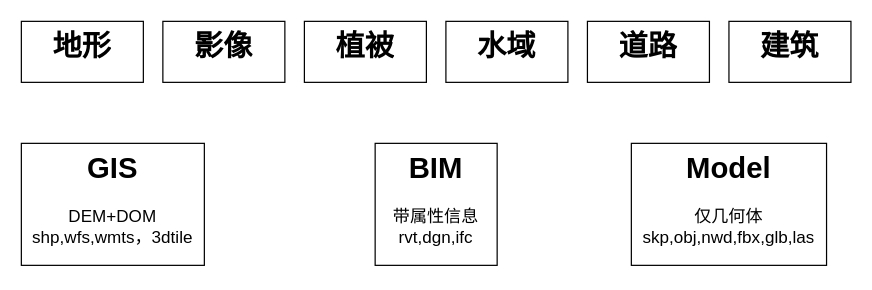
Above: 未命名绘图.drawio in Elden-Niu/personal (draw.io), before the change. Source tidied: cells renumbered, new cells numbered last; positions are measured from the earlier drawing's top-left corner, leaving out a move shared by most shapes. Both pictures are drawn from the tidied source at 122%, with x=0, y=0 at pixel (21, 21).
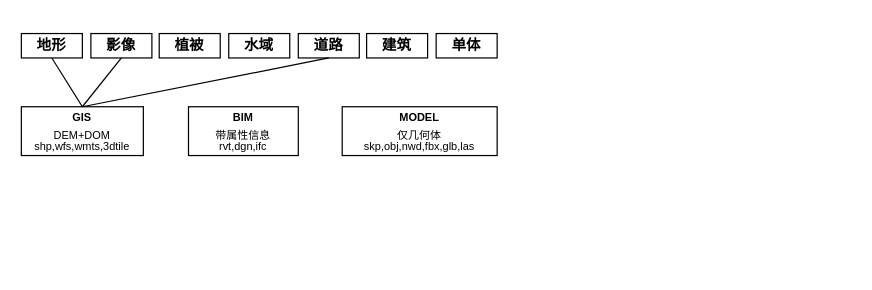
The same diagram, later.

Commit message:
更新未命名绘图.drawio

What changed in the source:
```diff
@@
 <mxGraphModel>
   <root>
     <mxCell id="0" />
     <mxCell id="1" parent="0" />
-    <mxCell id="2" value="&lt;h1 style=&quot;margin-top: 0px;&quot;&gt;BIM&lt;/h1&gt;&lt;div style=&quot;font-size: 14px;&quot;&gt;&lt;font style=&quot;font-size: 14px;&quot;&gt;带属性信息&lt;/font&gt;&lt;/div&gt;&lt;div style=&quot;font-size: 14px;&quot;&gt;&lt;font style=&quot;font-size: 14px;&quot;&gt;rvt,dgn,ifc&lt;/font&gt;&lt;/div&gt;" style="text;html=1;whiteSpace=wrap;overflow=hidden;rounded=0;align=center;strokeColor=default;fillColor=none;" parent="1" vertex="1">
-      <mxGeometry x="290" y="100" width="100" height="100" as="geometry" />
+    <mxCell id="2" value="&lt;h1 style=&quot;margin-top: 0px; font-size: 9px; line-height: 100%;&quot;&gt;BIM&lt;/h1&gt;&lt;div style=&quot;font-size: 9px; line-height: 100%;&quot;&gt;&lt;font style=&quot;font-size: 9px;&quot;&gt;带属性信息&lt;/font&gt;&lt;/div&gt;&lt;div style=&quot;font-size: 9px; line-height: 100%;&quot;&gt;&lt;font style=&quot;font-size: 9px;&quot;&gt;rvt,dgn,ifc&lt;/font&gt;&lt;/div&gt;" style="text;html=1;whiteSpace=wrap;overflow=hidden;rounded=0;align=center;strokeColor=default;fillColor=none;fontSize=9;spacing=0;" parent="1" vertex="1">
+      <mxGeometry x="137" y="70" width="90" height="40" as="geometry" />
     </mxCell>
-    <mxCell id="3" value="&lt;h1 style=&quot;margin-top: 0px;&quot;&gt;Model&lt;/h1&gt;&lt;div&gt;&lt;font style=&quot;font-size: 14px;&quot;&gt;仅几何体&lt;/font&gt;&lt;/div&gt;&lt;div&gt;&lt;font style=&quot;font-size: 14px;&quot;&gt;skp,obj,nwd,fbx,glb,las&lt;/font&gt;&lt;/div&gt;" style="text;html=1;whiteSpace=wrap;overflow=hidden;rounded=0;align=center;strokeColor=default;fillColor=none;" parent="1" vertex="1">
-      <mxGeometry x="500" y="100" width="160" height="100" as="geometry" />
+    <mxCell id="3" value="&lt;h1 style=&quot;margin-top: 0px; font-size: 9px; line-height: 100%;&quot;&gt;MODEL&lt;/h1&gt;&lt;div style=&quot;font-size: 9px; line-height: 100%;&quot;&gt;&lt;font style=&quot;font-size: 9px;&quot;&gt;仅几何体&lt;/font&gt;&lt;/div&gt;&lt;div style=&quot;font-size: 9px; line-height: 100%;&quot;&gt;&lt;font style=&quot;font-size: 9px;&quot;&gt;skp,obj,nwd,fbx,glb,las&lt;/font&gt;&lt;/div&gt;" style="text;html=1;whiteSpace=wrap;overflow=hidden;rounded=0;align=center;strokeColor=default;fillColor=none;fontSize=9;spacing=0;" parent="1" vertex="1">
+      <mxGeometry x="263" y="70" width="127" height="40" as="geometry" />
     </mxCell>
-    <mxCell id="4" value="&lt;h1 style=&quot;margin-top: 0px;&quot;&gt;GIS&lt;/h1&gt;&lt;div&gt;&lt;span style=&quot;font-size: 14px;&quot;&gt;DEM+DOM&lt;/span&gt;&lt;/div&gt;&lt;div&gt;&lt;span style=&quot;font-size: 14px;&quot;&gt;shp,wfs,wmts，3dtile&lt;/span&gt;&lt;/div&gt;" style="text;html=1;whiteSpace=wrap;overflow=hidden;rounded=0;align=center;strokeColor=default;fillColor=none;" parent="1" vertex="1">
-      <mxGeometry y="100" width="150" height="100" as="geometry" />
+    <mxCell id="4" value="&lt;h1 style=&quot;margin-top: 0px; line-height: 100%; font-size: 9px;&quot;&gt;GIS&lt;/h1&gt;&lt;div style=&quot;font-size: 9px; line-height: 100%;&quot;&gt;&lt;span style=&quot;font-size: 9px;&quot;&gt;DEM+DOM&lt;/span&gt;&lt;/div&gt;&lt;div style=&quot;font-size: 9px; line-height: 100%;&quot;&gt;&lt;span style=&quot;font-size: 9px;&quot;&gt;shp,wfs,wmts,3dtile&lt;/span&gt;&lt;/div&gt;" style="text;html=1;whiteSpace=wrap;overflow=hidden;rounded=0;align=center;strokeColor=default;fillColor=none;fontSize=9;spacing=0;" parent="1" vertex="1">
+      <mxGeometry y="70" width="100" height="40" as="geometry" />
     </mxCell>
-    <mxCell id="5" value="&lt;h1 style=&quot;margin-top: 0px;&quot;&gt;地形&lt;/h1&gt;" style="text;html=1;whiteSpace=wrap;overflow=hidden;rounded=0;align=center;strokeColor=default;fillColor=none;" parent="1" vertex="1">
-      <mxGeometry width="100" height="50" as="geometry" />
+    <mxCell id="5" value="&lt;h1 style=&quot;margin-top: 0px; font-size: 12px;&quot;&gt;地形&lt;/h1&gt;" style="text;html=1;whiteSpace=wrap;overflow=hidden;rounded=0;align=center;strokeColor=default;fillColor=none;fontSize=12;labelPosition=center;verticalLabelPosition=middle;verticalAlign=middle;flipH=1;" parent="1" vertex="1">
+      <mxGeometry y="10" width="50" height="20" as="geometry" />
     </mxCell>
-    <mxCell id="6" value="&lt;h1 style=&quot;margin-top: 0px;&quot;&gt;影像&lt;/h1&gt;" style="text;html=1;whiteSpace=wrap;overflow=hidden;rounded=0;align=center;strokeColor=default;fillColor=none;" parent="1" vertex="1">
-      <mxGeometry x="116" width="100" height="50" as="geometry" />
+    <mxCell id="6" value="&lt;h1 style=&quot;margin-top: 0px; font-size: 12px;&quot;&gt;影像&lt;/h1&gt;" style="text;html=1;whiteSpace=wrap;overflow=hidden;rounded=0;align=center;strokeColor=default;fillColor=none;fontSize=12;labelPosition=center;verticalLabelPosition=middle;verticalAlign=middle;flipH=1;" parent="1" vertex="1">
+      <mxGeometry x="57" y="10" width="50" height="20" as="geometry" />
     </mxCell>
-    <mxCell id="7" value="&lt;h1 style=&quot;margin-top: 0px;&quot;&gt;道路&lt;/h1&gt;" style="text;html=1;whiteSpace=wrap;overflow=hidden;rounded=0;align=center;strokeColor=default;fillColor=none;" parent="1" vertex="1">
-      <mxGeometry x="464" width="100" height="50" as="geometry" />
+    <mxCell id="7" value="&lt;h1 style=&quot;margin-top: 0px; font-size: 12px;&quot;&gt;道路&lt;/h1&gt;" style="text;html=1;whiteSpace=wrap;overflow=hidden;rounded=0;align=center;strokeColor=default;fillColor=none;fontSize=12;labelPosition=center;verticalLabelPosition=middle;verticalAlign=middle;flipH=1;" parent="1" vertex="1">
+      <mxGeometry x="227" y="10" width="50" height="20" as="geometry" />
     </mxCell>
-    <mxCell id="8" value="&lt;h1 style=&quot;margin-top: 0px;&quot;&gt;水域&lt;/h1&gt;" style="text;html=1;whiteSpace=wrap;overflow=hidden;rounded=0;align=center;strokeColor=default;fillColor=none;" parent="1" vertex="1">
-      <mxGeometry x="348" width="100" height="50" as="geometry" />
+    <mxCell id="8" value="&lt;h1 style=&quot;margin-top: 0px; font-size: 12px;&quot;&gt;水域&lt;/h1&gt;" style="text;html=1;whiteSpace=wrap;overflow=hidden;rounded=0;align=center;strokeColor=default;fillColor=none;fontSize=12;labelPosition=center;verticalLabelPosition=middle;verticalAlign=middle;flipH=1;" parent="1" vertex="1">
+      <mxGeometry x="170" y="10" width="50" height="20" as="geometry" />
     </mxCell>
-    <mxCell id="9" value="&lt;h1 style=&quot;margin-top: 0px;&quot;&gt;植被&lt;/h1&gt;" style="text;html=1;whiteSpace=wrap;overflow=hidden;rounded=0;align=center;strokeColor=default;fillColor=none;" parent="1" vertex="1">
-      <mxGeometry x="232" width="100" height="50" as="geometry" />
+    <mxCell id="9" value="&lt;h1 style=&quot;margin-top: 0px; font-size: 12px;&quot;&gt;植被&lt;/h1&gt;" style="text;html=1;whiteSpace=wrap;overflow=hidden;rounded=0;align=center;strokeColor=default;fillColor=none;fontSize=12;labelPosition=center;verticalLabelPosition=middle;verticalAlign=middle;flipH=1;" parent="1" vertex="1">
+      <mxGeometry x="113" y="10" width="50" height="20" as="geometry" />
     </mxCell>
-    <mxCell id="10" value="&lt;h1 style=&quot;margin-top: 0px;&quot;&gt;建筑&lt;/h1&gt;" style="text;html=1;whiteSpace=wrap;overflow=hidden;rounded=0;align=center;strokeColor=default;fillColor=none;" parent="1" vertex="1">
-      <mxGeometry x="580" width="100" height="50" as="geometry" />
+    <mxCell id="10" value="&lt;h1 style=&quot;margin-top: 0px; font-size: 12px;&quot;&gt;建筑&lt;/h1&gt;" style="text;html=1;whiteSpace=wrap;overflow=hidden;rounded=0;align=center;strokeColor=default;fillColor=none;fontSize=12;labelPosition=center;verticalLabelPosition=middle;verticalAlign=middle;flipH=1;" parent="1" vertex="1">
+      <mxGeometry x="283" y="10" width="50" height="20" as="geometry" />
     </mxCell>
+    <mxCell id="11" value="&lt;h1 style=&quot;margin-top: 0px; font-size: 12px;&quot;&gt;单体&lt;/h1&gt;" style="text;html=1;whiteSpace=wrap;overflow=hidden;rounded=0;align=center;strokeColor=default;fillColor=none;fontSize=12;labelPosition=center;verticalLabelPosition=middle;verticalAlign=middle;flipH=1;" parent="1" vertex="1">
+      <mxGeometry x="340" y="10" width="50" height="20" as="geometry" />
+    </mxCell>
+    <mxCell id="12" style="endArrow=none;html=1;rounded=0;entryX=0.5;entryY=1;entryDx=0;entryDy=0;" parent="1" edge="1" target="5">
+      <mxGeometry relative="1" as="geometry">
+        <mxPoint x="50" y="70" as="sourcePoint" />
+      </mxGeometry>
+    </mxCell>
+    <mxCell id="13" style="endArrow=none;html=1;rounded=0;entryX=0.5;entryY=1;entryDx=0;entryDy=0;exitX=0.5;exitY=0;exitDx=0;exitDy=0;" parent="1" edge="1" source="4" target="6">
+      <mxGeometry relative="1" as="geometry" />
+    </mxCell>
+    <mxCell id="14" style="endArrow=none;html=1;rounded=0;entryX=0.5;entryY=1;entryDx=0;entryDy=0;exitX=0.5;exitY=0;exitDx=0;exitDy=0;" parent="1" edge="1" source="4" target="7">
+      <mxGeometry relative="1" as="geometry" />
+    </mxCell>
   </root>
 </mxGraphModel>
```
